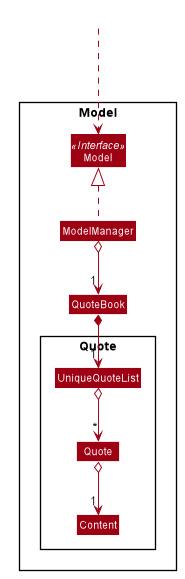
Before: docs/images/ModelQuoteClassDiagram.png, a diagram exported from PlantUML (nus-cs2103-AY1920S2/addressbook-level3).
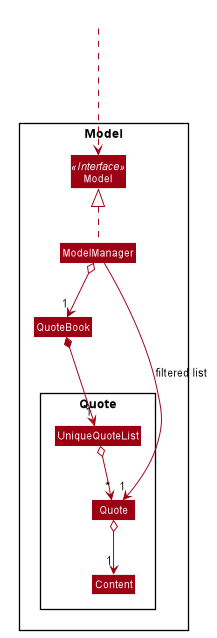
The same diagram one commit later.

Commit message:
Updated Model diagram of DG

Change to the diagram source:
```diff
@@ -70,6 +70,7 @@
 HiddenOutside ...> Model
 ModelManager o--> "1" QuoteBook
 ModelManager .up.|> Model
+ModelManager --> "1" Quote : filtered list
 
 QuoteBook *-down->"1" UniqueQuoteList
 UniqueQuoteList o--> "*" Quote
```
